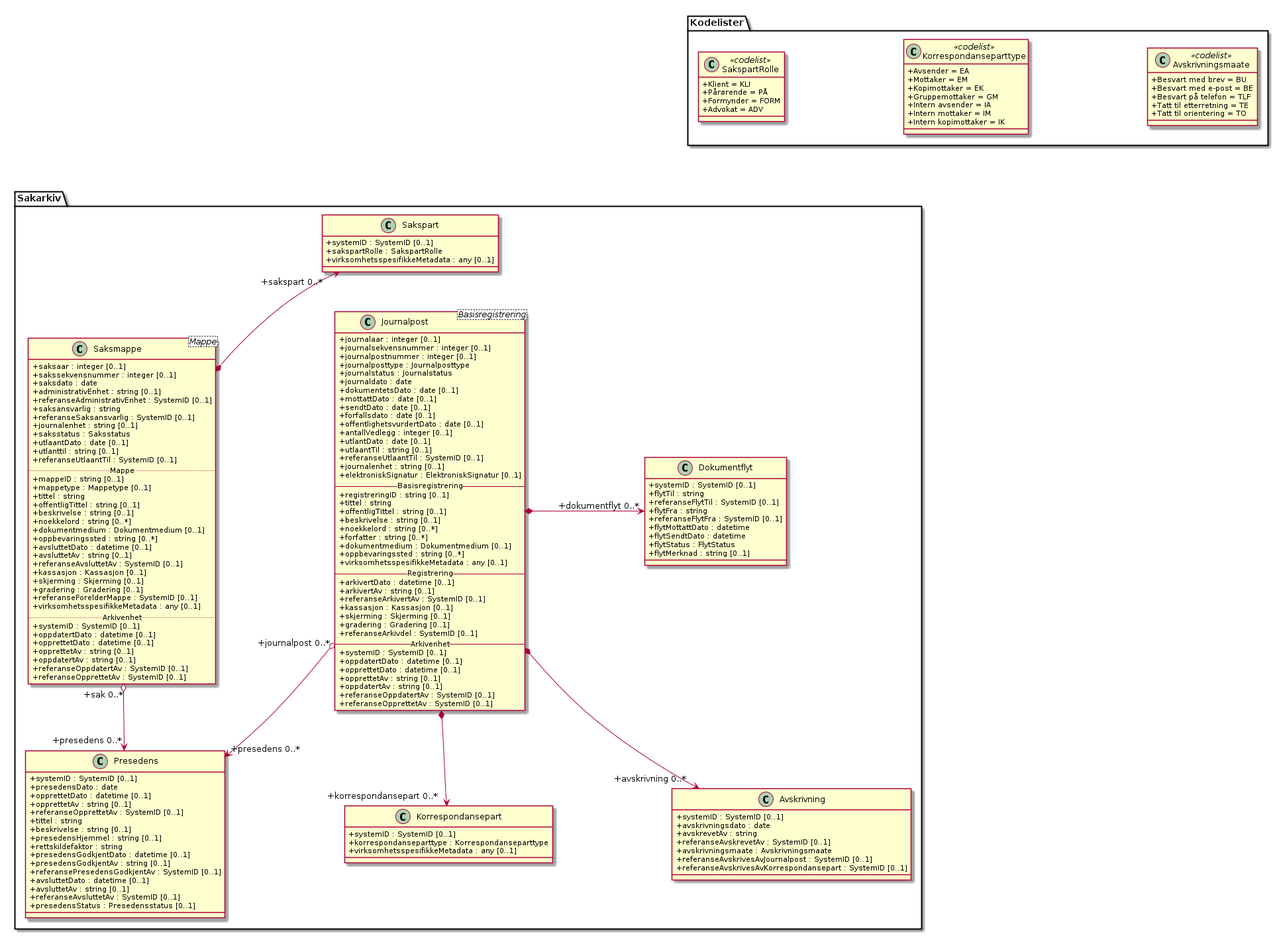
This is kapitler/media/uml-klasse-saksbehandling.png from arkivverket/noark5-tjenestegrensesnitt-standard, a PlantUML export, as it was before one commit. The source it was exported from:
```plantuml
@startuml
skinparam classAttributeIconSize 0
skinparam nodesep 180

class Sakarkiv.Saksmappe <Mappe> {
  +saksaar : integer [0..1]
  +sakssekvensnummer : integer [0..1]
  +saksdato : date
  +administrativEnhet : string [0..1]
  +referanseAdministrativEnhet : SystemID [0..1]
  +saksansvarlig : string
  +referanseSaksansvarlig : SystemID [0..1]
  +journalenhet : string [0..1]
  +saksstatus : Saksstatus
  +utlaantDato : date [0..1]
  +utlanttil : string [0..1]
  +referanseUtlaantTil : SystemID [0..1]

  .. Mappe ..
  +mappeID : string [0..1]
  +mappetype : Mappetype [0..1]
  +tittel : string
  +offentligTittel : string [0..1]
  +beskrivelse : string [0..1]
  +noekkelord : string [0..*]
  +dokumentmedium : Dokumentmedium [0..1]
  +oppbevaringssted : string [0..*]
  +avsluttetDato : datetime [0..1]
  +avsluttetAv : string [0..1]
  +referanseAvsluttetAv : SystemID [0..1]
  +kassasjon : Kassasjon [0..1]
  +skjerming : Skjerming [0..1]
  +gradering : Gradering [0..1]
  +referanseForelderMappe : SystemID [0..1]
  +virksomhetsspesifikkeMetadata : any [0..1]

  .. Arkivenhet ..
  +systemID : SystemID [0..1]
  +oppdatertDato : datetime [0..1]
  +opprettetDato : datetime [0..1]
  +opprettetAv : string [0..1]
  +oppdatertAv : string [0..1]
  +referanseOppdatertAv : SystemID [0..1]
  +referanseOpprettetAv : SystemID [0..1]
}
class Sakarkiv.Presedens {
  +systemID : SystemID [0..1]
  +presedensDato : date
  +opprettetDato : datetime [0..1]
  +opprettetAv : string [0..1]
  +referanseOpprettetAv : SystemID [0..1]
  +tittel : string
  +beskrivelse : string [0..1]
  +presedensHjemmel : string [0..1]
  +rettskildefaktor : string
  +presedensGodkjentDato : datetime [0..1]
  +presedensGodkjentAv : string [0..1]
  +referansePresedensGodkjentAv : SystemID [0..1]
  +avsluttetDato : datetime [0..1]
  +avsluttetAv : string [0..1]
  +referanseAvsluttetAv : SystemID [0..1]
  +presedensStatus : Presedensstatus [0..1]
}
class Sakarkiv.Sakspart {
  +systemID : SystemID [0..1]
  +sakspartRolle : SakspartRolle
  +virksomhetsspesifikkeMetadata : any [0..1]
}
class Kodelister.SakspartRolle <<codelist>> {
  +Klient = KLI
  +Pårørende = PÅ
  +Formynder = FORM
  +Advokat = ADV
}
class Sakarkiv.Journalpost <Basisregistrering> {
  +journalaar : integer [0..1]
  +journalsekvensnummer : integer [0..1]
  +journalpostnummer : integer [0..1]
  +journalposttype : Journalposttype
  +journalstatus : Journalstatus
  +journaldato : date
  +dokumentetsDato : date [0..1]
  +mottattDato : date [0..1]
  +sendtDato : date [0..1]
  +forfallsdato : date [0..1]
  +offentlighetsvurdertDato : date [0..1]
  +antallVedlegg : integer [0..1]
  +utlantDato : date [0..1]
  +utlaantTil : string [0..1]
  +referanseUtlaantTil : SystemID [0..1]
  +journalenhet : string [0..1]
  +elektroniskSignatur : ElektroniskSignatur [0..1]

  -- Basisregistrering --
  +registreringID : string [0..1]
  +tittel : string
  +offentligTittel : string [0..1]
  +beskrivelse : string [0..1]
  +noekkelord : string [0..*]
  +forfatter : string [0..*]
  +dokumentmedium : Dokumentmedium [0..1]
  +oppbevaringssted : string [0..*]
  +virksomhetsspesifikkeMetadata : any [0..1]

  -- Registrering --
  +arkivertDato : datetime [0..1]
  +arkivertAv : string [0..1]
  +referanseArkivertAv : SystemID [0..1]
  +kassasjon : Kassasjon [0..1]
  +skjerming : Skjerming [0..1]
  +gradering : Gradering [0..1]
  +referanseArkivdel : SystemID [0..1]

  -- Arkivenhet --
  +systemID : SystemID [0..1]
  +oppdatertDato : datetime [0..1]
  +opprettetDato : datetime [0..1]
  +opprettetAv : string [0..1]
  +oppdatertAv : string [0..1]
  +referanseOppdatertAv : SystemID [0..1]
  +referanseOpprettetAv : SystemID [0..1]
}
class Sakarkiv.Korrespondansepart {
  +systemID : SystemID [0..1]
  +korrespondanseparttype : Korrespondanseparttype
  +virksomhetsspesifikkeMetadata : any [0..1]
}
class Kodelister.Korrespondanseparttype <<codelist>> {
  +Avsender = EA
  +Mottaker = EM
  +Kopimottaker = EK
  +Gruppemottaker = GM
  +Intern avsender = IA
  +Intern mottaker = IM
  +Intern kopimottaker = IK
}
class Sakarkiv.Avskrivning {
  +systemID : SystemID [0..1]
  +avskrivningsdato : date
  +avskrevetAv : string
  +referanseAvskrevetAv : SystemID [0..1]
  +avskrivningsmaate : Avskrivningsmaate
  +referanseAvskrivesAvJournalpost : SystemID [0..1]
  +referanseAvskrivesAvKorrespondansepart : SystemID [0..1]
}
class Kodelister.Avskrivningsmaate <<codelist>> {
  +Besvart med brev = BU
  +Besvart med e-post = BE
  +Besvart på telefon = TLF
  +Tatt til etterretning = TE
  +Tatt til orientering = TO
}
class Sakarkiv.Dokumentflyt {
  +systemID : SystemID [0..1]
  +flytTil : string
  +referanseFlytTil : SystemID [0..1]
  +flytFra : string
  +referanseFlytFra : SystemID [0..1]
  +flytMottattDato : datetime
  +flytSendtDato : datetime
  +flytStatus : FlytStatus
  +flytMerknad : string [0..1]
}

Sakarkiv.Sakspart "+sakspart 0..*" <--* Sakarkiv.Saksmappe
Kodelister.SakspartRolle <-[hidden]--  Sakarkiv.Sakspart
Sakarkiv.Saksmappe "+sak 0..*" o--> "+presedens 0..*" Sakarkiv.Presedens
Sakarkiv.Journalpost "+journalpost 0..*" o--> "+presedens 0..*" Sakarkiv.Presedens
Sakarkiv.Journalpost *--> "+korrespondansepart 0..*" Sakarkiv.Korrespondansepart
Kodelister.Korrespondanseparttype <-[hidden]-- Sakarkiv.Korrespondansepart
Sakarkiv.Journalpost *--> "+avskrivning 0..*" Sakarkiv.Avskrivning
Kodelister.Avskrivningsmaate  <-[hidden]- Sakarkiv.Avskrivning
Sakarkiv.Journalpost *-> "+dokumentflyt 0..*" Sakarkiv.Dokumentflyt
@enduml
```
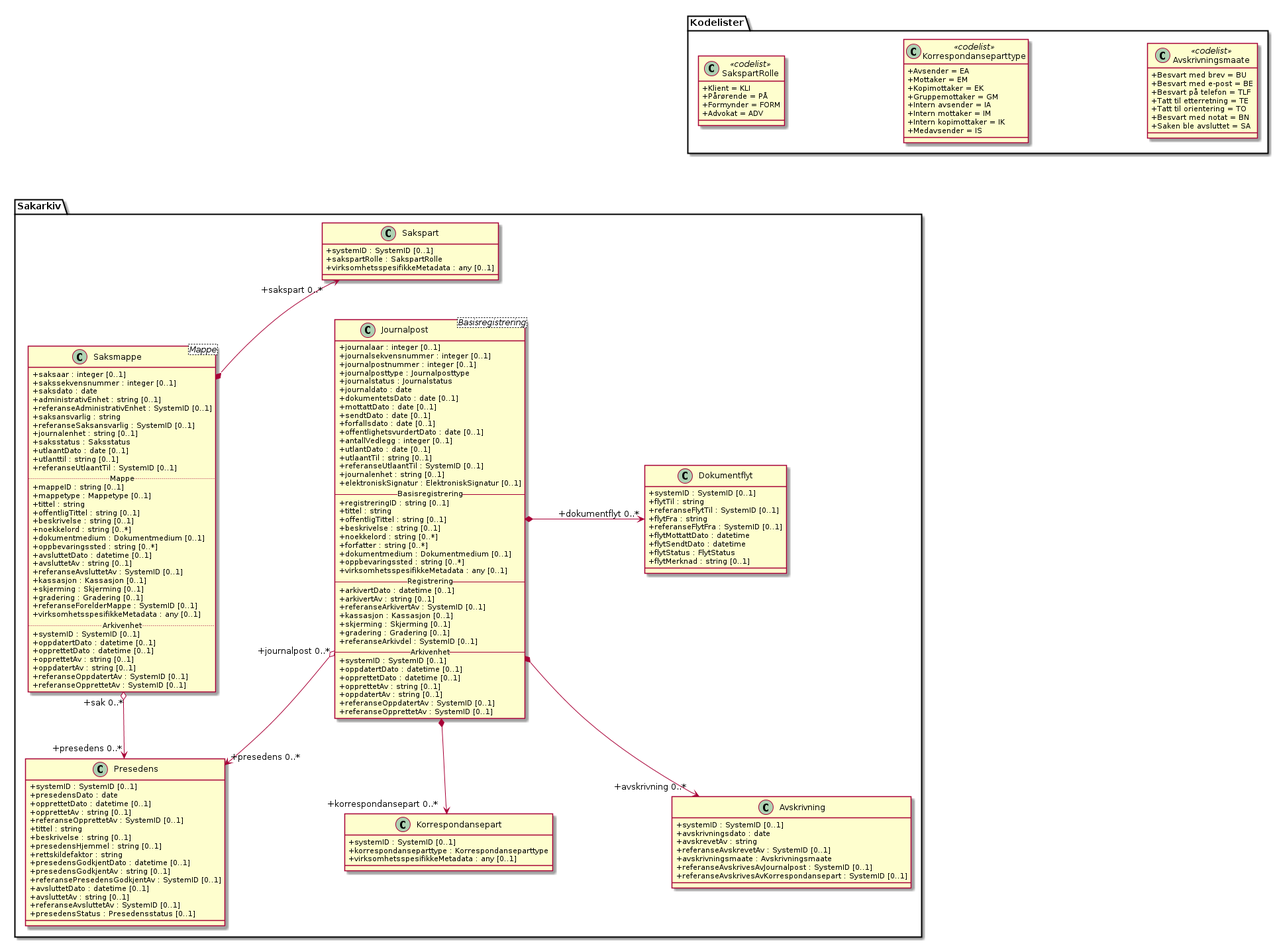
The same file after the commit.

The edit, as a diff of the source:
```diff
@@ -133,6 +133,7 @@
   +Intern avsender = IA
   +Intern mottaker = IM
   +Intern kopimottaker = IK
+  +Medavsender = IS
 }
 class Sakarkiv.Avskrivning {
   +systemID : SystemID [0..1]
@@ -149,6 +150,8 @@
   +Besvart på telefon = TLF
   +Tatt til etterretning = TE
   +Tatt til orientering = TO
+  +Besvart med notat = BN
+  +Saken ble avsluttet = SA
 }
 class Sakarkiv.Dokumentflyt {
   +systemID : SystemID [0..1]
```
